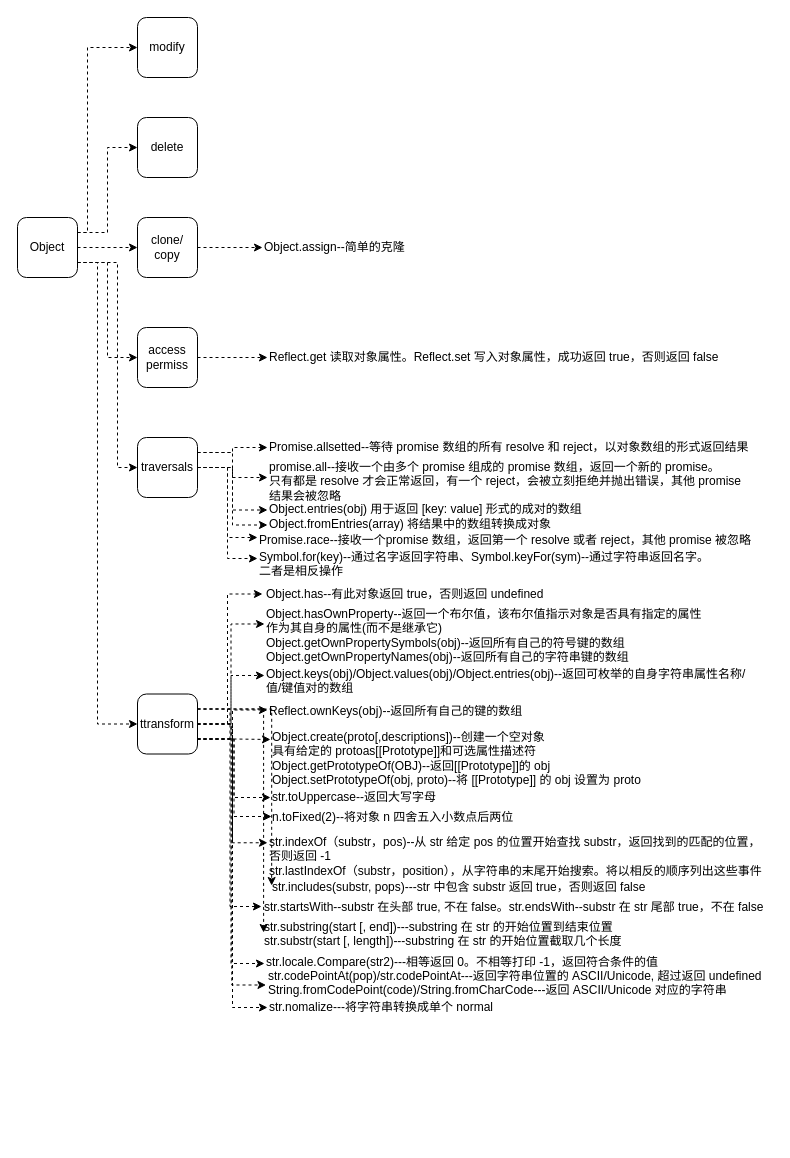
Above: page "Object" (2 of 9) of background-flutter/JS难点/Func/Arr/Obj.drawio in hexipei/draw.io (draw.io), before the change. Source tidied: cells renumbered, new cells numbered last; positions are measured from the earlier drawing's top-left corner, leaving out a move shared by most shapes. Both pictures are drawn from the tidied source at 100%, with x=0, y=0 at pixel (17, 17).
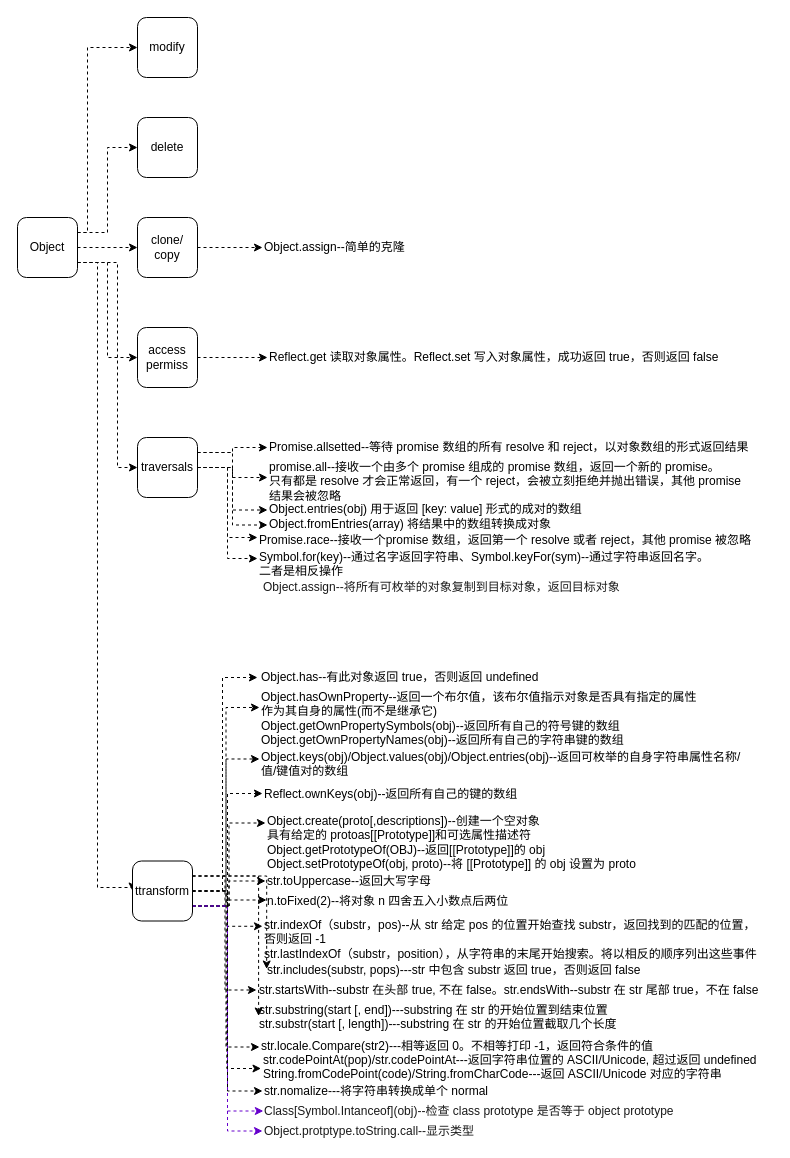
After the change.

The change refers to these unchanged cells:
```xml
<mxCell id="8" value="Object" style="rounded=1;whiteSpace=wrap;html=1;" parent="1" vertex="1">
  <mxGeometry y="200" width="60" height="60" as="geometry" />
</mxCell>
```

Change to the diagram source:
```diff
@@
     <mxCell id="7" style="edgeStyle=orthogonalEdgeStyle;rounded=0;jettySize=auto;html=1;exitX=1;exitY=0.75;exitDx=0;exitDy=0;entryX=0;entryY=0.5;entryDx=0;entryDy=0;dashed=1;" parent="1" edge="1" source="8" target="37">
       <mxGeometry relative="1" as="geometry">
         <Array as="points">
           <mxPoint x="80" y="245" />
-          <mxPoint x="80" y="707" />
+          <mxPoint x="80" y="870" />
+          <mxPoint x="115" y="870" />
         </Array>
       </mxGeometry>
     </mxCell>
@@
     <mxCell id="23" style="edgeStyle=orthogonalEdgeStyle;rounded=0;jettySize=auto;html=1;exitX=1;exitY=0.5;exitDx=0;exitDy=0;entryX=-0.007;entryY=0.5;entryDx=0;entryDy=0;entryPerimeter=0;dashed=1;" parent="1" edge="1" source="37" target="40">
       <mxGeometry relative="1" as="geometry">
         <Array as="points">
-          <mxPoint x="210" y="707" />
-          <mxPoint x="210" y="577" />
+          <mxPoint x="205" y="873.5" />
+          <mxPoint x="205" y="660.5" />
         </Array>
       </mxGeometry>
     </mxCell>
@@
+    <mxCell id="59" style="edgeStyle=orthogonalEdgeStyle;rounded=0;jettySize=auto;html=1;exitX=1;exitY=0.75;exitDx=0;exitDy=0;entryX=0.002;entryY=0.5;entryDx=0;entryDy=0;entryPerimeter=0;dashed=1;strokeColor=#6600CC;fontColor=#6600CC;" parent="1" edge="1" source="37" target="61">
+      <mxGeometry relative="1" as="geometry" />
+    </mxCell>
+    <mxCell id="60" style="edgeStyle=orthogonalEdgeStyle;rounded=0;jettySize=auto;html=1;exitX=1;exitY=0.75;exitDx=0;exitDy=0;entryX=0;entryY=0.5;entryDx=0;entryDy=0;entryPerimeter=0;dashed=1;strokeColor=#6600CC;fontColor=#6600CC;" parent="1" edge="1" source="37" target="62">
+      <mxGeometry relative="1" as="geometry" />
+    </mxCell>
     <mxCell id="37" value="ttransform" style="rounded=1;whiteSpace=wrap;html=1;" parent="1" vertex="1">
-      <mxGeometry x="120" y="676.5" width="60" height="60" as="geometry" />
+      <mxGeometry x="115" y="843.5" width="60" height="60" as="geometry" />
     </mxCell>
@@
     <mxCell id="40" value="Object.has--有此对象返回 true，否则返回 undefined" style="text;html=1;points=[];align=left;verticalAlign=top;spacingTop=-4;" parent="1" vertex="1">
-      <mxGeometry x="247" y="566.5" width="290" height="20" as="geometry" />
+      <mxGeometry x="242" y="650" width="290" height="20" as="geometry" />
     </mxCell>
     <mxCell id="41" value="Object.hasOwnProperty--返回一个布尔值，该布尔值指示对象是否具有指定的属性&lt;br&gt;作为其自身的属性(而不是继承它)&lt;br&gt;Object.getOwnPropertySymbols(obj)--返回所有自己的符号键的数组&lt;br&gt;Object.getOwnPropertyNames(obj)--返回所有自己的字符串键的数组" style="text;html=1;points=[];align=left;verticalAlign=top;spacingTop=-4;" parent="1" vertex="1">
-      <mxGeometry x="247" y="586.5" width="450" height="60" as="geometry" />
+      <mxGeometry x="242" y="670" width="450" height="60" as="geometry" />
     </mxCell>
     <mxCell id="42" value="Object.create(proto[,descriptions])--创建一个空对象&lt;br&gt;具有给定的 protoas[[Prototype]]和可选属性描述符&lt;br&gt;Object.getPrototypeOf(OBJ)--返回[[Prototype]]的 obj&lt;br&gt;Object.setPrototypeOf(obj, proto)--将 [[Prototype]] 的 obj 设置为 proto" style="text;html=1;points=[];align=left;verticalAlign=top;spacingTop=-4;" parent="1" vertex="1">
-      <mxGeometry x="253" y="710" width="380" height="60" as="geometry" />
+      <mxGeometry x="248" y="793.5" width="380" height="60" as="geometry" />
     </mxCell>
     <mxCell id="43" value="Object.keys(obj)/Object.values(obj)/Object.entries(obj)--返回可枚举的自身字符串属性名称/&lt;br&gt;值/键值对的数组&lt;br&gt;" style="text;html=1;points=[];align=left;verticalAlign=top;spacingTop=-4;" parent="1" vertex="1">
-      <mxGeometry x="247" y="646.5" width="490" height="30" as="geometry" />
+      <mxGeometry x="242" y="730" width="490" height="30" as="geometry" />
     </mxCell>
     <mxCell id="44" value="Reflect.ownKeys(obj)--返回所有自己的键的数组" style="text;html=1;points=[];align=left;verticalAlign=top;spacingTop=-4;" parent="1" vertex="1">
-      <mxGeometry x="250" y="683.5" width="270" height="20" as="geometry" />
+      <mxGeometry x="245" y="767" width="270" height="20" as="geometry" />
     </mxCell>
@@
     <mxCell id="50" value="str.toUppercase--返回大写字母" style="text;html=1;points=[];align=left;verticalAlign=top;spacingTop=-4;" parent="1" vertex="1">
-      <mxGeometry x="253" y="770" width="180" height="20" as="geometry" />
+      <mxGeometry x="248" y="853.5" width="180" height="20" as="geometry" />
     </mxCell>
     <mxCell id="51" value="n.toFixed(2)--将对象 n 四舍五入小数点后两位" style="text;html=1;points=[];align=left;verticalAlign=top;spacingTop=-4;" parent="1" vertex="1">
-      <mxGeometry x="253" y="790" width="260" height="20" as="geometry" />
+      <mxGeometry x="248" y="873.5" width="260" height="20" as="geometry" />
     </mxCell>
     <mxCell id="52" value="str.indexOf（substr，pos)--从 str 给定 pos 的位置开始查找&amp;nbsp;substr，返回找到的匹配的位置，&lt;br&gt;否则返回 -1&lt;br&gt;str.lastIndexOf（substr，position），从字符串的末尾开始搜索。将以相反的顺序列出这些事件" style="text;html=1;" parent="1" vertex="1">
-      <mxGeometry x="250" y="810.5" width="503" height="59" as="geometry" />
+      <mxGeometry x="245" y="894" width="503" height="59" as="geometry" />
     </mxCell>
     <mxCell id="53" value="str.includes(substr, pops)---str 中包含 substr 返回 true，否则返回 false" style="text;html=1;points=[];align=left;verticalAlign=top;spacingTop=-4;" parent="1" vertex="1">
-      <mxGeometry x="253" y="859.5" width="390" height="20" as="geometry" />
+      <mxGeometry x="248" y="943" width="390" height="20" as="geometry" />
     </mxCell>
     <mxCell id="54" value="str.startsWith--substr 在头部 true, 不在 false。str.endsWith--substr 在 str 尾部 true，不在 false" style="text;html=1;points=[];align=left;verticalAlign=top;spacingTop=-4;" parent="1" vertex="1">
-      <mxGeometry x="245" y="879.5" width="510" height="20" as="geometry" />
+      <mxGeometry x="240" y="963" width="510" height="20" as="geometry" />
     </mxCell>
     <mxCell id="55" value="str.substring(start [, end])---substring 在 str 的开始位置到结束位置&lt;br&gt;str.substr(start [, length])---substring 在 str 的开始位置截取几个长度" style="text;html=1;points=[];align=left;verticalAlign=top;spacingTop=-4;" parent="1" vertex="1">
-      <mxGeometry x="245" y="899.5" width="370" height="30" as="geometry" />
+      <mxGeometry x="240" y="983" width="370" height="30" as="geometry" />
     </mxCell>
     <mxCell id="56" value="str.locale.Compare(str2)---相等返回 0。不相等打印 -1，返回符合条件的值" style="text;html=1;points=[];align=left;verticalAlign=top;spacingTop=-4;" parent="1" vertex="1">
-      <mxGeometry x="247" y="935" width="410" height="20" as="geometry" />
+      <mxGeometry x="242" y="1018.5" width="410" height="20" as="geometry" />
     </mxCell>
     <mxCell id="57" value="str.codePointAt(pop)/str.codePointAt---返回字符串位置的 ASCII/Unicode, 超过返回 undefined&lt;br&gt;String.fromCodePoint(code)/String.fromCharCode---返回&amp;nbsp;ASCII/Unicode 对应的字符串" style="text;html=1;" parent="1" vertex="1">
-      <mxGeometry x="248.5" y="945" width="503" height="30" as="geometry" />
+      <mxGeometry x="243.5" y="1028.5" width="503" height="30" as="geometry" />
     </mxCell>
     <mxCell id="58" value="str.nomalize---将字符串转换成单个 normal" style="text;html=1;points=[];align=left;verticalAlign=top;spacingTop=-4;" parent="1" vertex="1">
-      <mxGeometry x="250" y="980" width="240" height="20" as="geometry" />
+      <mxGeometry x="245" y="1063.5" width="240" height="20" as="geometry" />
     </mxCell>
+    <mxCell id="61" value="&lt;font color=&quot;#1a1a1a&quot;&gt;Class[Symbol.Intanceof](obj)--检查 class prototype 是否等于 object prototype&lt;/font&gt;" style="text;html=1;points=[];align=left;verticalAlign=top;spacingTop=-4;fontColor=#6600CC;" parent="1" vertex="1">
+      <mxGeometry x="245" y="1083.5" width="430" height="20" as="geometry" />
+    </mxCell>
+    <mxCell id="62" value="&lt;font color=&quot;#1a1a1a&quot;&gt;Object.protptype.toString.call--显示类型&lt;/font&gt;" style="text;html=1;points=[];align=left;verticalAlign=top;spacingTop=-4;fontColor=#6600CC;" parent="1" vertex="1">
+      <mxGeometry x="245" y="1103.5" width="230" height="20" as="geometry" />
+    </mxCell>
+    <mxCell id="63" value="Object.assign--将所有可枚举的对象复制到目标对象，返回目标对象" style="text;html=1;align=left;verticalAlign=top;spacingTop=-4;fontColor=#1A1A1A;" parent="1" vertex="1">
+      <mxGeometry x="243.5" y="560" width="370" height="20" as="geometry" />
+    </mxCell>
```
